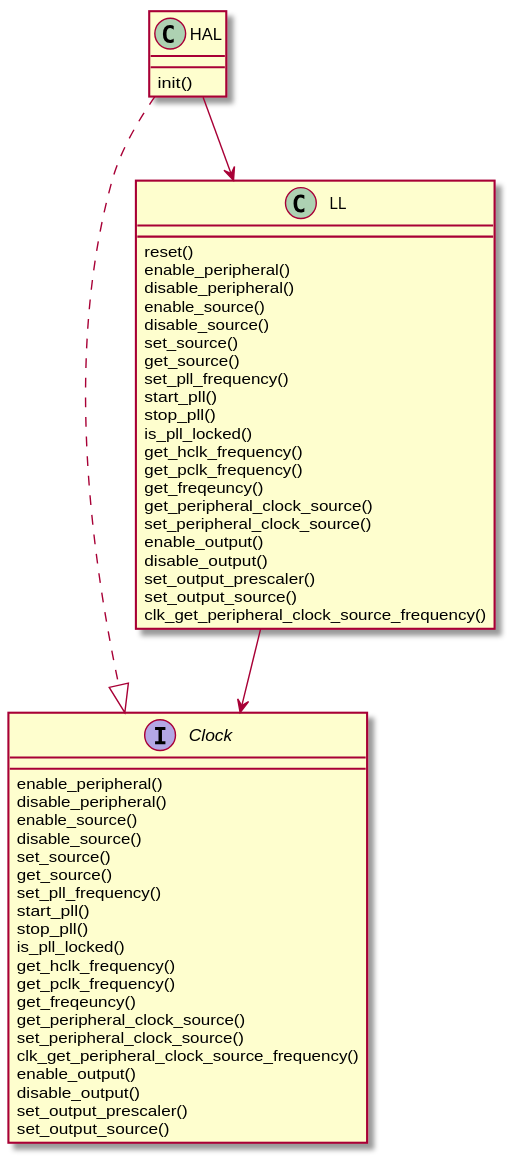
Earlier version of the PlantUML export docs/source/assets/images/clk.svg (onkwon/halmcu).
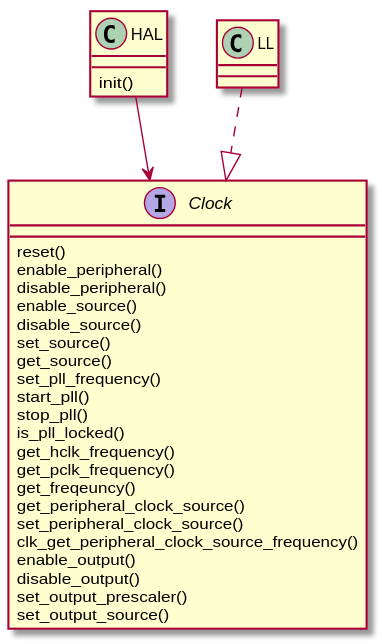
After the commit.

What changed in the source:
```diff
@@ -1,5 +1,6 @@
 @startuml
 interface Clock {
+	reset()
 	enable_peripheral()
 	disable_peripheral()
 	enable_source()
@@ -22,35 +23,10 @@
 	set_output_source()
 }
 
-class LL {
-	reset()
-	enable_peripheral()
-	disable_peripheral()
-	enable_source()
-	disable_source()
-	set_source()
-	get_source()
-	set_pll_frequency()
-	start_pll()
-	stop_pll()
-	is_pll_locked()
-	get_hclk_frequency()
-	get_pclk_frequency()
-	get_freqeuncy()
-	get_peripheral_clock_source()
-	set_peripheral_clock_source()
-	enable_output()
-	disable_output()
-	set_output_prescaler()
-	set_output_source()
-	clk_get_peripheral_clock_source_frequency()
-}
-
 class HAL {
 	init()
 }
 
-HAL ..|> Clock
-HAL --> LL
-LL --> Clock
+LL ..|> Clock
+HAL --> Clock
 @enduml
```
